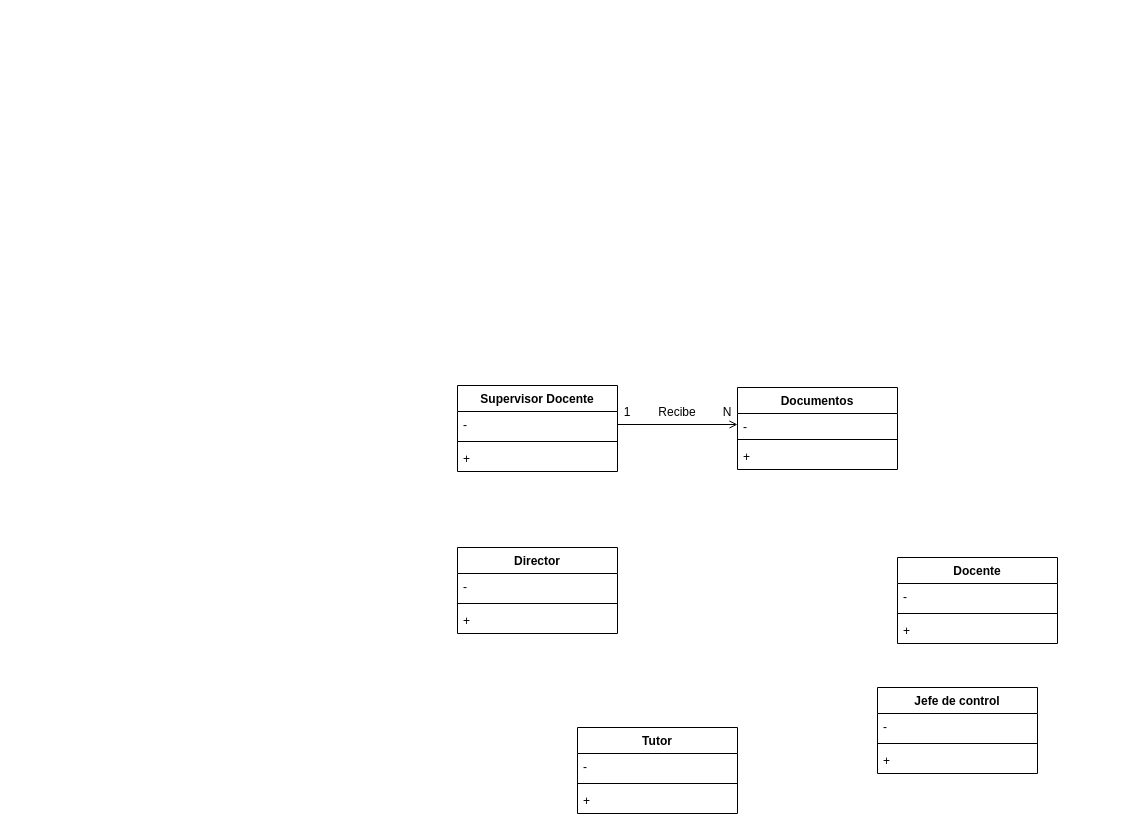
Above: page "Escuela infantil" (5 of 6) of Untitled Diagram.drawio in NatsukiAza/Proyecto-7C (draw.io), before the change. Source tidied: cells renumbered, new cells numbered last; positions are measured from the earlier drawing's top-left corner, leaving out a move shared by most shapes. Both pictures are drawn from the tidied source at 100%, with x=0, y=0 at pixel (457, 385).
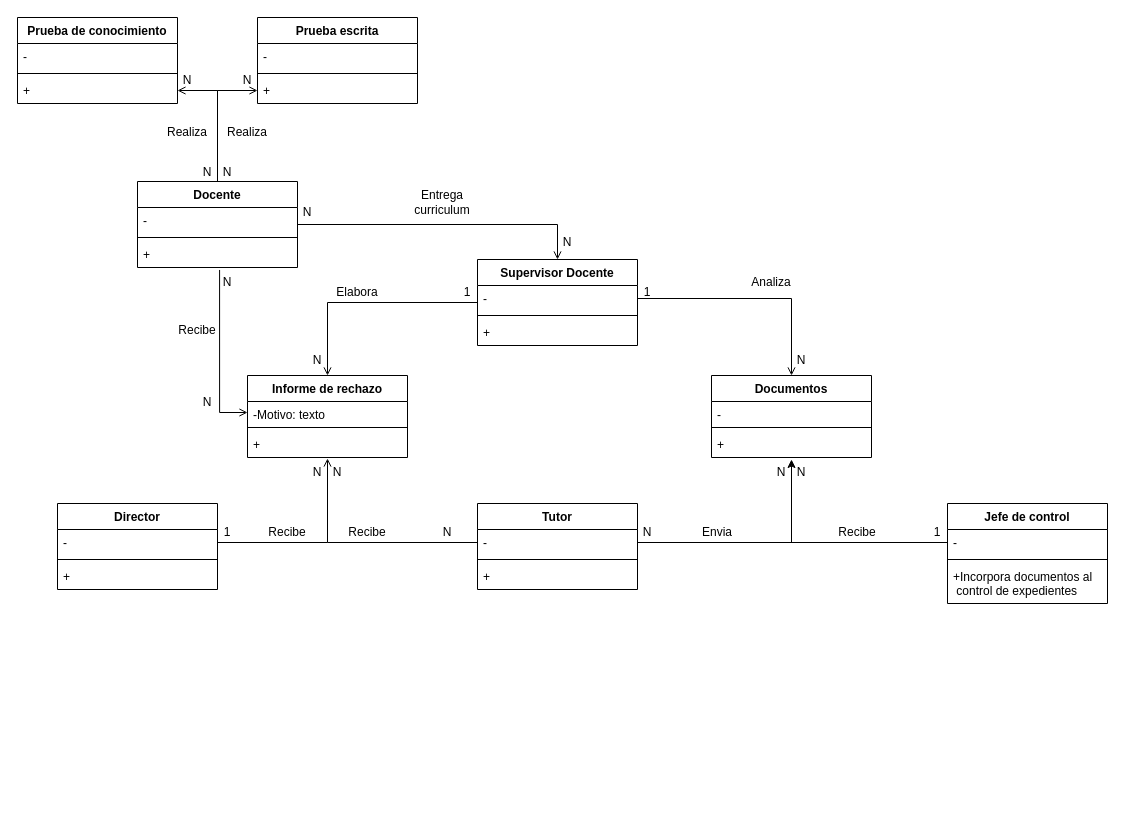
After the change.

The change refers to these unchanged cells:
```xml
<mxCell id="3" value="-" style="text;strokeColor=none;fillColor=none;align=left;verticalAlign=top;spacingLeft=4;spacingRight=4;overflow=hidden;points=[[0,0.5],[1,0.5]];portConstraint=eastwest;" parent="2" vertex="1">
  <mxGeometry y="26" width="160" height="26" as="geometry" />
</mxCell>
<mxCell id="7" value="-" style="text;strokeColor=none;fillColor=none;align=left;verticalAlign=top;spacingLeft=4;spacingRight=4;overflow=hidden;points=[[0,0.5],[1,0.5]];portConstraint=eastwest;" parent="6" vertex="1">
  <mxGeometry y="26" width="160" height="22" as="geometry" />
</mxCell>
<mxCell id="9" value="+" style="text;strokeColor=none;fillColor=none;align=left;verticalAlign=top;spacingLeft=4;spacingRight=4;overflow=hidden;points=[[0,0.5],[1,0.5]];portConstraint=eastwest;" parent="6" vertex="1">
  <mxGeometry y="56" width="160" height="26" as="geometry" />
</mxCell>
<mxCell id="11" value="-" style="text;strokeColor=none;fillColor=none;align=left;verticalAlign=top;spacingLeft=4;spacingRight=4;overflow=hidden;points=[[0,0.5],[1,0.5]];portConstraint=eastwest;" parent="10" vertex="1">
  <mxGeometry y="26" width="160" height="26" as="geometry" />
</mxCell>
<mxCell id="15" value="-" style="text;strokeColor=none;fillColor=none;align=left;verticalAlign=top;spacingLeft=4;spacingRight=4;overflow=hidden;points=[[0,0.5],[1,0.5]];portConstraint=eastwest;" parent="14" vertex="1">
  <mxGeometry y="26" width="160" height="26" as="geometry" />
</mxCell>
<mxCell id="25" value="+" style="text;strokeColor=none;fillColor=none;align=left;verticalAlign=top;spacingLeft=4;spacingRight=4;overflow=hidden;points=[[0,0.5],[1,0.5]];portConstraint=eastwest;" parent="22" vertex="1">
  <mxGeometry y="60" width="160" height="26" as="geometry" />
</mxCell>
```

Change to the diagram source:
```diff
@@
+    <mxCell id="30" style="edgeStyle=orthogonalEdgeStyle;rounded=0;jettySize=auto;html=1;entryX=0.5;entryY=0;entryDx=0;entryDy=0;endArrow=open;endFill=0;" parent="1" edge="1" source="2" target="39">
+      <mxGeometry relative="1" as="geometry" />
+    </mxCell>
     <mxCell id="2" value="Supervisor Docente" style="swimlane;fontStyle=1;align=center;verticalAlign=top;horizontal=1;startSize=26;" parent="1" vertex="1">
-      <mxGeometry width="160" height="86" as="geometry" />
+      <mxGeometry x="20" y="-126" width="160" height="86" as="geometry" />
     </mxCell>
@@
     <mxCell id="6" value="Documentos" style="swimlane;fontStyle=1;align=center;verticalAlign=top;horizontal=1;startSize=26;" parent="1" vertex="1">
-      <mxGeometry x="280" y="2" width="160" height="82" as="geometry" />
+      <mxGeometry x="254" y="-10" width="160" height="82" as="geometry" />
     </mxCell>
@@
+    <mxCell id="31" style="edgeStyle=orthogonalEdgeStyle;rounded=0;jettySize=auto;html=1;entryX=0.5;entryY=1.077;entryDx=0;entryDy=0;entryPerimeter=0;exitX=1;exitY=0.5;exitDx=0;exitDy=0;" parent="1" edge="1" source="11" target="9">
+      <mxGeometry relative="1" as="geometry">
+        <Array as="points">
+          <mxPoint x="334" y="157" />
+        </Array>
+      </mxGeometry>
+    </mxCell>
     <mxCell id="10" value="Tutor" style="swimlane;fontStyle=1;align=center;verticalAlign=top;horizontal=1;startSize=26;" parent="1" vertex="1">
-      <mxGeometry x="120" y="342" width="160" height="86" as="geometry" />
+      <mxGeometry x="20" y="118" width="160" height="86" as="geometry" />
     </mxCell>
@@
     <mxCell id="14" value="Jefe de control" style="swimlane;fontStyle=1;align=center;verticalAlign=top;horizontal=1;startSize=26;" parent="1" vertex="1">
-      <mxGeometry x="420" y="302" width="160" height="86" as="geometry" />
+      <mxGeometry x="490" y="118" width="160" height="100" as="geometry" />
     </mxCell>
@@
-    <mxCell id="17" value="+" style="text;strokeColor=none;fillColor=none;align=left;verticalAlign=top;spacingLeft=4;spacingRight=4;overflow=hidden;" parent="14" vertex="1">
-      <mxGeometry y="60" width="160" height="26" as="geometry" />
+    <mxCell id="17" value="+Incorpora documentos al&#10; control de expedientes" style="text;strokeColor=none;fillColor=none;align=left;verticalAlign=top;spacingLeft=4;spacingRight=4;overflow=hidden;" parent="14" vertex="1">
+      <mxGeometry y="60" width="160" height="40" as="geometry" />
     </mxCell>
-    <mxCell id="18" value="Director" style="swimlane;fontStyle=1;align=center;verticalAlign=top;horizontal=1;startSize=26;" parent="1" vertex="1">
-      <mxGeometry y="162" width="160" height="86" as="geometry" />
-    </mxCell>
-    <mxCell id="19" value="-" style="text;strokeColor=none;fillColor=none;align=left;verticalAlign=top;spacingLeft=4;spacingRight=4;overflow=hidden;" parent="18" vertex="1">
-      <mxGeometry y="26" width="160" height="26" as="geometry" />
-    </mxCell>
-    <mxCell id="20" style="line;strokeWidth=1;fillColor=none;align=left;verticalAlign=middle;spacingTop=-1;spacingLeft=3;spacingRight=3;labelPosition=right;" parent="18" vertex="1">
-      <mxGeometry y="52" width="160" height="8" as="geometry" />
-    </mxCell>
-    <mxCell id="21" value="+" style="text;strokeColor=none;fillColor=none;align=left;verticalAlign=top;spacingLeft=4;spacingRight=4;overflow=hidden;" parent="18" vertex="1">
-      <mxGeometry y="60" width="160" height="26" as="geometry" />
-    </mxCell>
+    <mxCell id="32" style="edgeStyle=orthogonalEdgeStyle;rounded=0;jettySize=auto;html=1;entryX=1;entryY=0.5;entryDx=0;entryDy=0;endArrow=open;endFill=0;" parent="1" edge="1" source="22" target="67">
+      <mxGeometry relative="1" as="geometry" />
+    </mxCell>
+    <mxCell id="33" style="edgeStyle=orthogonalEdgeStyle;rounded=0;jettySize=auto;html=1;entryX=0;entryY=0.5;entryDx=0;entryDy=0;endArrow=open;endFill=0;" parent="1" edge="1" source="22" target="71">
+      <mxGeometry relative="1" as="geometry" />
+    </mxCell>
+    <mxCell id="34" style="edgeStyle=orthogonalEdgeStyle;rounded=0;jettySize=auto;html=1;entryX=0.5;entryY=0;entryDx=0;entryDy=0;endArrow=open;endFill=0;" parent="1" edge="1" source="22" target="2">
+      <mxGeometry relative="1" as="geometry" />
+    </mxCell>
     <mxCell id="22" value="Docente" style="swimlane;fontStyle=1;align=center;verticalAlign=top;horizontal=1;startSize=26;" parent="1" vertex="1">
-      <mxGeometry x="440" y="172" width="160" height="86" as="geometry" />
+      <mxGeometry x="-320" y="-204" width="160" height="86" as="geometry" />
     </mxCell>
@@
-    <mxCell id="26" style="edgeStyle=orthogonalEdgeStyle;rounded=0;jettySize=auto;html=1;entryX=0;entryY=0.5;entryDx=0;entryDy=0;endArrow=open;endFill=0;" parent="1" edge="1" source="3" target="7">
+    <mxCell id="26" style="edgeStyle=orthogonalEdgeStyle;rounded=0;jettySize=auto;html=1;entryX=0.5;entryY=0;entryDx=0;entryDy=0;endArrow=open;endFill=0;" parent="1" edge="1" source="3" target="6">
       <mxGeometry relative="1" as="geometry" />
     </mxCell>
     <mxCell id="27" value="1" style="text;html=1;strokeColor=none;fillColor=none;align=center;verticalAlign=middle;whiteSpace=wrap;rounded=0;" parent="1" vertex="1">
-      <mxGeometry x="160" y="12" width="20" height="30" as="geometry" />
+      <mxGeometry x="180" y="-108" width="20" height="30" as="geometry" />
     </mxCell>
     <mxCell id="28" value="N" style="text;html=1;strokeColor=none;fillColor=none;align=center;verticalAlign=middle;whiteSpace=wrap;rounded=0;" parent="1" vertex="1">
-      <mxGeometry x="260" y="12" width="20" height="30" as="geometry" />
+      <mxGeometry x="334" y="-40" width="20" height="30" as="geometry" />
     </mxCell>
-    <mxCell id="29" value="Recibe" style="text;html=1;strokeColor=none;fillColor=none;align=center;verticalAlign=middle;whiteSpace=wrap;rounded=0;" parent="1" vertex="1">
-      <mxGeometry x="200" y="12" width="40" height="30" as="geometry" />
+    <mxCell id="29" value="Analiza" style="text;html=1;strokeColor=none;fillColor=none;align=center;verticalAlign=middle;whiteSpace=wrap;rounded=0;" parent="1" vertex="1">
+      <mxGeometry x="294" y="-118" width="40" height="30" as="geometry" />
     </mxCell>
+    <mxCell id="35" value="N" style="text;html=1;strokeColor=none;fillColor=none;align=center;verticalAlign=middle;whiteSpace=wrap;rounded=0;" parent="1" vertex="1">
+      <mxGeometry x="180" y="132" width="20" height="30" as="geometry" />
+    </mxCell>
+    <mxCell id="36" value="N" style="text;html=1;strokeColor=none;fillColor=none;align=center;verticalAlign=middle;whiteSpace=wrap;rounded=0;" parent="1" vertex="1">
+      <mxGeometry x="314" y="72" width="20" height="30" as="geometry" />
+    </mxCell>
+    <mxCell id="37" value="Envia" style="text;html=1;strokeColor=none;fillColor=none;align=center;verticalAlign=middle;whiteSpace=wrap;rounded=0;" parent="1" vertex="1">
+      <mxGeometry x="240" y="132" width="40" height="30" as="geometry" />
+    </mxCell>
+    <mxCell id="38" style="edgeStyle=orthogonalEdgeStyle;rounded=0;jettySize=auto;html=1;endArrow=open;endFill=0;exitX=0.513;exitY=1.095;exitDx=0;exitDy=0;exitPerimeter=0;entryX=0;entryY=0.5;entryDx=0;entryDy=0;" parent="1" edge="1" source="25" target="40">
+      <mxGeometry relative="1" as="geometry">
+        <Array as="points">
+          <mxPoint x="-238" y="27" />
+        </Array>
+      </mxGeometry>
+    </mxCell>
+    <mxCell id="39" value="Informe de rechazo" style="swimlane;fontStyle=1;align=center;verticalAlign=top;horizontal=1;startSize=26;" parent="1" vertex="1">
+      <mxGeometry x="-210" y="-10" width="160" height="82" as="geometry" />
+    </mxCell>
+    <mxCell id="40" value="-Motivo: texto" style="text;strokeColor=none;fillColor=none;align=left;verticalAlign=top;spacingLeft=4;spacingRight=4;overflow=hidden;points=[[0,0.5],[1,0.5]];portConstraint=eastwest;" parent="39" vertex="1">
+      <mxGeometry y="26" width="160" height="22" as="geometry" />
+    </mxCell>
+    <mxCell id="41" style="line;strokeWidth=1;fillColor=none;align=left;verticalAlign=middle;spacingTop=-1;spacingLeft=3;spacingRight=3;labelPosition=right;" parent="39" vertex="1">
+      <mxGeometry y="48" width="160" height="8" as="geometry" />
+    </mxCell>
+    <mxCell id="42" value="+" style="text;strokeColor=none;fillColor=none;align=left;verticalAlign=top;spacingLeft=4;spacingRight=4;overflow=hidden;points=[[0,0.5],[1,0.5]];portConstraint=eastwest;" parent="39" vertex="1">
+      <mxGeometry y="56" width="160" height="26" as="geometry" />
+    </mxCell>
+    <mxCell id="43" style="edgeStyle=orthogonalEdgeStyle;rounded=0;jettySize=auto;html=1;entryX=0.5;entryY=1.038;entryDx=0;entryDy=0;entryPerimeter=0;endArrow=open;endFill=0;" parent="1" edge="1" source="11" target="42">
+      <mxGeometry relative="1" as="geometry" />
+    </mxCell>
+    <mxCell id="44" value="Elabora" style="text;html=1;strokeColor=none;fillColor=none;align=center;verticalAlign=middle;whiteSpace=wrap;rounded=0;" parent="1" vertex="1">
+      <mxGeometry x="-120" y="-108" width="40" height="30" as="geometry" />
+    </mxCell>
+    <mxCell id="45" value="1" style="text;html=1;strokeColor=none;fillColor=none;align=center;verticalAlign=middle;whiteSpace=wrap;rounded=0;" parent="1" vertex="1">
+      <mxGeometry y="-108" width="20" height="30" as="geometry" />
+    </mxCell>
+    <mxCell id="46" value="N" style="text;html=1;strokeColor=none;fillColor=none;align=center;verticalAlign=middle;whiteSpace=wrap;rounded=0;" parent="1" vertex="1">
+      <mxGeometry x="-150" y="-40" width="20" height="30" as="geometry" />
+    </mxCell>
+    <mxCell id="47" value="N" style="text;html=1;strokeColor=none;fillColor=none;align=center;verticalAlign=middle;whiteSpace=wrap;rounded=0;" parent="1" vertex="1">
+      <mxGeometry x="-20" y="132" width="20" height="30" as="geometry" />
+    </mxCell>
+    <mxCell id="48" value="N" style="text;html=1;strokeColor=none;fillColor=none;align=center;verticalAlign=middle;whiteSpace=wrap;rounded=0;" parent="1" vertex="1">
+      <mxGeometry x="-130" y="72" width="20" height="30" as="geometry" />
+    </mxCell>
+    <mxCell id="49" value="Recibe" style="text;html=1;strokeColor=none;fillColor=none;align=center;verticalAlign=middle;whiteSpace=wrap;rounded=0;" parent="1" vertex="1">
+      <mxGeometry x="-110" y="132" width="40" height="30" as="geometry" />
+    </mxCell>
+    <mxCell id="18" value="Director" style="swimlane;fontStyle=1;align=center;verticalAlign=top;horizontal=1;startSize=26;" parent="1" vertex="1">
+      <mxGeometry x="-400" y="118" width="160" height="86" as="geometry" />
+    </mxCell>
+    <mxCell id="50" value="-" style="text;strokeColor=none;fillColor=none;align=left;verticalAlign=top;spacingLeft=4;spacingRight=4;overflow=hidden;points=[[0,0.5],[1,0.5]];portConstraint=eastwest;" parent="18" vertex="1">
+      <mxGeometry y="26" width="160" height="26" as="geometry" />
+    </mxCell>
+    <mxCell id="51" style="line;strokeWidth=1;fillColor=none;align=left;verticalAlign=middle;spacingTop=-1;spacingLeft=3;spacingRight=3;labelPosition=right;" parent="18" vertex="1">
+      <mxGeometry y="52" width="160" height="8" as="geometry" />
+    </mxCell>
+    <mxCell id="52" value="+" style="text;strokeColor=none;fillColor=none;align=left;verticalAlign=top;spacingLeft=4;spacingRight=4;overflow=hidden;" parent="18" vertex="1">
+      <mxGeometry y="60" width="160" height="26" as="geometry" />
+    </mxCell>
+    <mxCell id="53" style="endArrow=none;html=1;rounded=0;exitX=1;exitY=0.5;exitDx=0;exitDy=0;" parent="1" edge="1" source="50">
+      <mxGeometry relative="1" as="geometry">
+        <mxPoint x="-130" y="157" as="targetPoint" />
+      </mxGeometry>
+    </mxCell>
+    <mxCell id="54" value="Recibe" style="text;html=1;strokeColor=none;fillColor=none;align=center;verticalAlign=middle;whiteSpace=wrap;rounded=0;" parent="1" vertex="1">
+      <mxGeometry x="-190" y="132" width="40" height="30" as="geometry" />
+    </mxCell>
+    <mxCell id="55" value="N" style="text;html=1;strokeColor=none;fillColor=none;align=center;verticalAlign=middle;whiteSpace=wrap;rounded=0;" parent="1" vertex="1">
+      <mxGeometry x="-150" y="72" width="20" height="30" as="geometry" />
+    </mxCell>
+    <mxCell id="56" value="1" style="text;html=1;strokeColor=none;fillColor=none;align=center;verticalAlign=middle;whiteSpace=wrap;rounded=0;" parent="1" vertex="1">
+      <mxGeometry x="-240" y="132" width="20" height="30" as="geometry" />
+    </mxCell>
+    <mxCell id="57" style="endArrow=none;html=1;rounded=0;entryX=0;entryY=0.5;entryDx=0;entryDy=0;" parent="1" edge="1" target="15">
+      <mxGeometry relative="1" as="geometry">
+        <mxPoint x="330" y="157" as="sourcePoint" />
+      </mxGeometry>
+    </mxCell>
+    <mxCell id="58" value="N" style="text;html=1;strokeColor=none;fillColor=none;align=center;verticalAlign=middle;whiteSpace=wrap;rounded=0;" parent="1" vertex="1">
+      <mxGeometry x="334" y="72" width="20" height="30" as="geometry" />
+    </mxCell>
+    <mxCell id="59" value="1" style="text;html=1;strokeColor=none;fillColor=none;align=center;verticalAlign=middle;whiteSpace=wrap;rounded=0;" parent="1" vertex="1">
+      <mxGeometry x="470" y="132" width="20" height="30" as="geometry" />
+    </mxCell>
+    <mxCell id="60" value="Recibe" style="text;html=1;strokeColor=none;fillColor=none;align=center;verticalAlign=middle;whiteSpace=wrap;rounded=0;" parent="1" vertex="1">
+      <mxGeometry x="380" y="132" width="40" height="30" as="geometry" />
+    </mxCell>
+    <mxCell id="61" value="Recibe" style="text;html=1;strokeColor=none;fillColor=none;align=center;verticalAlign=middle;whiteSpace=wrap;rounded=0;" parent="1" vertex="1">
+      <mxGeometry x="-280" y="-70" width="40" height="30" as="geometry" />
+    </mxCell>
+    <mxCell id="62" value="N" style="text;html=1;strokeColor=none;fillColor=none;align=center;verticalAlign=middle;whiteSpace=wrap;rounded=0;" parent="1" vertex="1">
+      <mxGeometry x="-260" y="2" width="20" height="30" as="geometry" />
+    </mxCell>
+    <mxCell id="63" value="N" style="text;html=1;strokeColor=none;fillColor=none;align=center;verticalAlign=middle;whiteSpace=wrap;rounded=0;" parent="1" vertex="1">
+      <mxGeometry x="-240" y="-118" width="20" height="30" as="geometry" />
+    </mxCell>
+    <mxCell id="64" value="Prueba de conocimiento" style="swimlane;fontStyle=1;align=center;verticalAlign=top;horizontal=1;startSize=26;" parent="1" vertex="1">
+      <mxGeometry x="-440" y="-368" width="160" height="86" as="geometry" />
+    </mxCell>
+    <mxCell id="65" value="-" style="text;strokeColor=none;fillColor=none;align=left;verticalAlign=top;spacingLeft=4;spacingRight=4;overflow=hidden;" parent="64" vertex="1">
+      <mxGeometry y="26" width="160" height="26" as="geometry" />
+    </mxCell>
+    <mxCell id="66" style="line;strokeWidth=1;fillColor=none;align=left;verticalAlign=middle;spacingTop=-1;spacingLeft=3;spacingRight=3;labelPosition=right;" parent="64" vertex="1">
+      <mxGeometry y="52" width="160" height="8" as="geometry" />
+    </mxCell>
+    <mxCell id="67" value="+" style="text;strokeColor=none;fillColor=none;align=left;verticalAlign=top;spacingLeft=4;spacingRight=4;overflow=hidden;points=[[0,0.5],[1,0.5]];portConstraint=eastwest;" parent="64" vertex="1">
+      <mxGeometry y="60" width="160" height="26" as="geometry" />
+    </mxCell>
+    <mxCell id="68" value="Prueba escrita" style="swimlane;fontStyle=1;align=center;verticalAlign=top;horizontal=1;startSize=26;" parent="1" vertex="1">
+      <mxGeometry x="-200" y="-368" width="160" height="86" as="geometry" />
+    </mxCell>
+    <mxCell id="69" value="-" style="text;strokeColor=none;fillColor=none;align=left;verticalAlign=top;spacingLeft=4;spacingRight=4;overflow=hidden;" parent="68" vertex="1">
+      <mxGeometry y="26" width="160" height="26" as="geometry" />
+    </mxCell>
+    <mxCell id="70" style="line;strokeWidth=1;fillColor=none;align=left;verticalAlign=middle;spacingTop=-1;spacingLeft=3;spacingRight=3;labelPosition=right;" parent="68" vertex="1">
+      <mxGeometry y="52" width="160" height="8" as="geometry" />
+    </mxCell>
+    <mxCell id="71" value="+" style="text;strokeColor=none;fillColor=none;align=left;verticalAlign=top;spacingLeft=4;spacingRight=4;overflow=hidden;points=[[0,0.5],[1,0.5]];portConstraint=eastwest;" parent="68" vertex="1">
+      <mxGeometry y="60" width="160" height="26" as="geometry" />
+    </mxCell>
+    <mxCell id="72" value="Realiza" style="text;html=1;strokeColor=none;fillColor=none;align=center;verticalAlign=middle;whiteSpace=wrap;rounded=0;" parent="1" vertex="1">
+      <mxGeometry x="-230" y="-268" width="40" height="30" as="geometry" />
+    </mxCell>
+    <mxCell id="73" value="Realiza" style="text;html=1;strokeColor=none;fillColor=none;align=center;verticalAlign=middle;whiteSpace=wrap;rounded=0;" parent="1" vertex="1">
+      <mxGeometry x="-290" y="-268" width="40" height="30" as="geometry" />
+    </mxCell>
+    <mxCell id="74" value="N" style="text;html=1;strokeColor=none;fillColor=none;align=center;verticalAlign=middle;whiteSpace=wrap;rounded=0;" parent="1" vertex="1">
+      <mxGeometry x="-240" y="-228" width="20" height="30" as="geometry" />
+    </mxCell>
+    <mxCell id="75" value="N" style="text;html=1;strokeColor=none;fillColor=none;align=center;verticalAlign=middle;whiteSpace=wrap;rounded=0;" parent="1" vertex="1">
+      <mxGeometry x="-260" y="-228" width="20" height="30" as="geometry" />
+    </mxCell>
+    <mxCell id="76" value="N" style="text;html=1;strokeColor=none;fillColor=none;align=center;verticalAlign=middle;whiteSpace=wrap;rounded=0;" parent="1" vertex="1">
+      <mxGeometry x="-220" y="-329" width="20" height="48" as="geometry" />
+    </mxCell>
+    <mxCell id="77" value="N" style="text;html=1;strokeColor=none;fillColor=none;align=center;verticalAlign=middle;whiteSpace=wrap;rounded=0;" parent="1" vertex="1">
+      <mxGeometry x="-280" y="-320" width="20" height="30" as="geometry" />
+    </mxCell>
+    <mxCell id="78" value="N" style="text;html=1;strokeColor=none;fillColor=none;align=center;verticalAlign=middle;whiteSpace=wrap;rounded=0;" parent="1" vertex="1">
+      <mxGeometry x="-160" y="-188" width="20" height="30" as="geometry" />
+    </mxCell>
+    <mxCell id="79" value="N" style="text;html=1;strokeColor=none;fillColor=none;align=center;verticalAlign=middle;whiteSpace=wrap;rounded=0;" parent="1" vertex="1">
+      <mxGeometry x="100" y="-158" width="20" height="30" as="geometry" />
+    </mxCell>
+    <mxCell id="80" value="Entrega curriculum" style="text;html=1;strokeColor=none;fillColor=none;align=center;verticalAlign=middle;whiteSpace=wrap;rounded=0;" parent="1" vertex="1">
+      <mxGeometry x="-50" y="-198" width="70" height="30" as="geometry" />
+    </mxCell>
```
